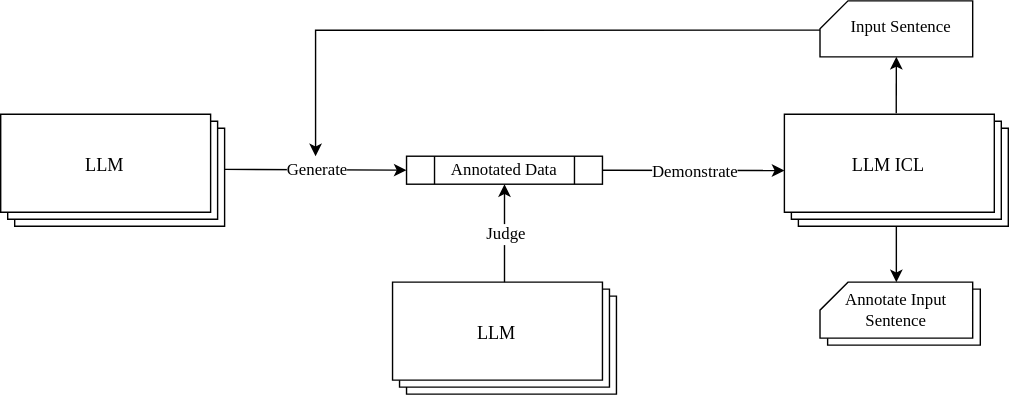
This is thesis_flow.drawio.svg from sara-kaczmarek/LLMB4ABSC, a draw.io export, as it was before one commit. Source tidied: cells renumbered, new cells last; positions are measured from the earlier drawing's top-left corner, leaving out a move shared by most shapes.
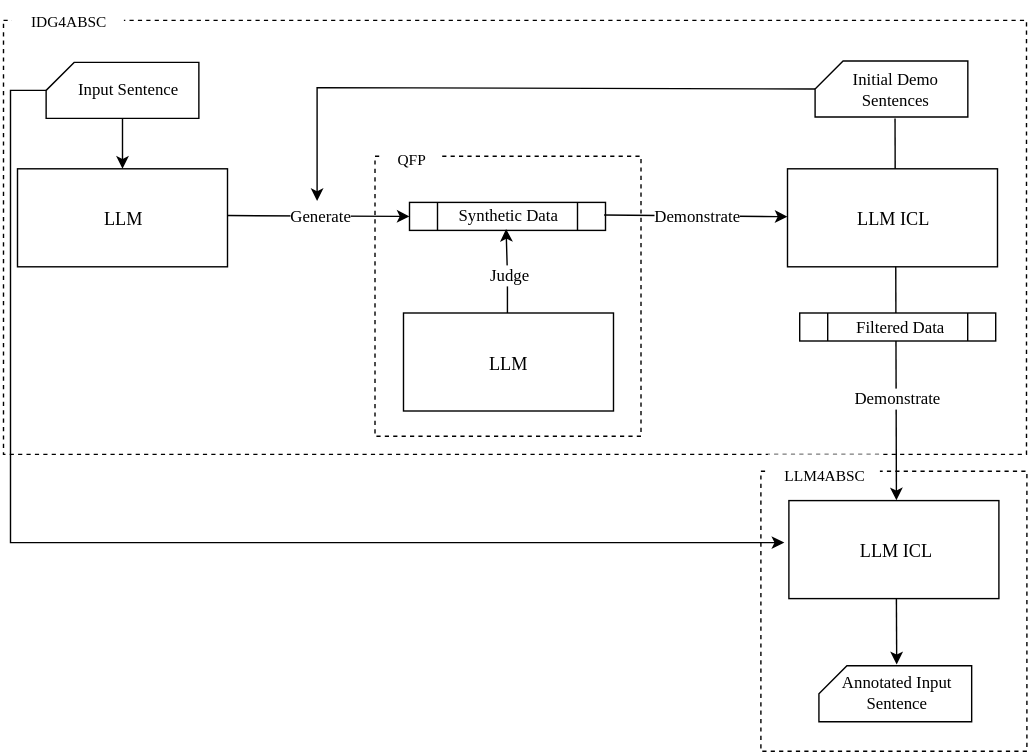
The same diagram one commit later.

What changed in the source:
```diff
@@ -2,46 +2,22 @@
   <root>
     <mxCell id="0" />
     <mxCell id="1" parent="0" />
+    <mxCell id="30" style="verticalLabelPosition=bottom;verticalAlign=top;html=1;shape=mxgraph.basic.rect;fillColor2=none;strokeWidth=1;size=20;indent=5;fillColor=none;dashed=1;" parent="1" vertex="1">
+      <mxGeometry y="-19" width="730.7" height="310" as="geometry" />
+    </mxCell>
-    <mxCell id="2" style="endArrow=classic;html=1;rounded=0;exitX=0.005;exitY=0.564;exitDx=0;exitDy=0;exitPerimeter=0;" parent="1" edge="1" source="28">
+    <mxCell id="2" style="endArrow=classic;html=1;rounded=0;exitX=0;exitY=0;exitDx=0;exitDy=20;exitPerimeter=0;" parent="1" edge="1" source="27">
       <mxGeometry relative="1" as="geometry">
-        <mxPoint x="225" y="111" as="targetPoint" />
+        <mxPoint x="224" y="110" as="targetPoint" />
         <Array as="points">
-          <mxPoint x="225" y="21" />
+          <mxPoint x="224" y="29" />
         </Array>
       </mxGeometry>
     </mxCell>
-    <mxCell id="3" style="group;" parent="1" vertex="1">
-      <mxGeometry y="81" width="160" height="80" as="geometry" />
-    </mxCell>
-    <mxCell id="4" style="verticalLabelPosition=bottom;verticalAlign=top;html=1;shape=mxgraph.basic.layered_rect;dx=10;whiteSpace=wrap;" parent="3" vertex="1">
-      <mxGeometry width="160" height="80" as="geometry" />
-    </mxCell>
-    <mxCell id="5" value="&lt;font style=&quot;font-size: 13px;&quot; face=&quot;Times New Roman&quot;&gt;LLM&lt;/font&gt;" style="text;strokeColor=none;align=center;fillColor=none;html=1;verticalAlign=middle;whiteSpace=wrap;rounded=0;" parent="3" vertex="1">
-      <mxGeometry width="148.6" height="71.1" as="geometry" />
-    </mxCell>
-    <mxCell id="6" style="group;" parent="1" vertex="1">
-      <mxGeometry x="280" y="201" width="160" height="80" as="geometry" />
-    </mxCell>
-    <mxCell id="7" style="verticalLabelPosition=bottom;verticalAlign=top;html=1;shape=mxgraph.basic.layered_rect;dx=10;whiteSpace=wrap;" parent="6" vertex="1">
-      <mxGeometry width="160" height="80" as="geometry" />
-    </mxCell>
-    <mxCell id="8" value="&lt;font style=&quot;font-size: 13px;&quot; face=&quot;Times New Roman&quot;&gt;LLM&lt;/font&gt;" style="text;strokeColor=none;align=center;fillColor=none;html=1;verticalAlign=middle;whiteSpace=wrap;rounded=0;" parent="6" vertex="1">
-      <mxGeometry width="148.6" height="71.1" as="geometry" />
-    </mxCell>
-    <mxCell id="9" style="group;rounded=1;arcSize=0;" parent="1" vertex="1">
-      <mxGeometry x="560" y="81" width="160" height="80" as="geometry" />
-    </mxCell>
-    <mxCell id="10" style="verticalLabelPosition=bottom;verticalAlign=top;html=1;shape=mxgraph.basic.layered_rect;dx=10;whiteSpace=wrap;" parent="9" vertex="1">
-      <mxGeometry width="160" height="80" as="geometry" />
-    </mxCell>
-    <mxCell id="11" value="&lt;font style=&quot;font-size: 13px;&quot; face=&quot;Times New Roman&quot;&gt;LLM ICL&lt;/font&gt;" style="text;strokeColor=none;align=center;fillColor=none;html=1;verticalAlign=middle;whiteSpace=wrap;rounded=0;" parent="9" vertex="1">
-      <mxGeometry width="148.6" height="71.1" as="geometry" />
-    </mxCell>
     <mxCell id="12" style="verticalLabelPosition=bottom;verticalAlign=top;html=1;shape=process;whiteSpace=wrap;rounded=1;size=0.14285714285714285;arcSize=0;" parent="1" vertex="1">
       <mxGeometry x="290" y="111" width="140" height="20" as="geometry" />
     </mxCell>
-    <mxCell id="13" value="&lt;font face=&quot;Times New Roman&quot;&gt;Annotated Data&lt;/font&gt;" style="text;strokeColor=none;align=center;fillColor=none;html=1;verticalAlign=middle;whiteSpace=wrap;rounded=1;arcSize=50;" parent="1" vertex="1">
-      <mxGeometry x="290" y="111" width="140" height="20" as="geometry" />
+    <mxCell id="13" value="&lt;font face=&quot;Times New Roman&quot;&gt;&amp;nbsp;Synthetic Data&lt;/font&gt;" style="text;strokeColor=none;align=center;fillColor=none;html=1;verticalAlign=middle;whiteSpace=wrap;rounded=1;arcSize=50;" parent="1" vertex="1">
+      <mxGeometry x="289" y="110" width="140" height="20" as="geometry" />
     </mxCell>
     <mxCell id="14" style="endArrow=classic;html=1;rounded=0;entryX=0;entryY=0.5;entryDx=0;entryDy=0;" parent="1" edge="1" target="12">
       <mxGeometry relative="1" as="geometry">
@@ -59,48 +35,125 @@
     <mxCell id="17" value="&lt;font style=&quot;font-size: 12px;&quot; face=&quot;Times New Roman&quot;&gt;Demonstrate&lt;/font&gt;" style="edgeLabel;html=1;align=center;verticalAlign=middle;" parent="16" vertex="1">
       <mxGeometry relative="1" as="geometry" />
     </mxCell>
-    <mxCell id="18" style="endArrow=classic;html=1;rounded=0;entryX=0.5;entryY=1;entryDx=0;entryDy=0;" parent="1" edge="1" target="13">
-      <mxGeometry relative="1" as="geometry">
-        <mxPoint x="360" y="201" as="sourcePoint" />
-      </mxGeometry>
-    </mxCell>
-    <mxCell id="19" value="&lt;font style=&quot;font-size: 12px;&quot; face=&quot;Times New Roman&quot;&gt;Judge&lt;/font&gt;" style="edgeLabel;html=1;align=center;verticalAlign=middle;" parent="18" vertex="1">
-      <mxGeometry relative="1" as="geometry" />
-    </mxCell>
-    <mxCell id="20" style="group;" parent="1" vertex="1">
-      <mxGeometry x="580" y="201" width="125.5" height="45" as="geometry" />
-    </mxCell>
-    <mxCell id="21" style="group;" parent="20" vertex="1">
-      <mxGeometry x="5.5" y="5" width="120" height="40" as="geometry" />
-    </mxCell>
-    <mxCell id="22" style="verticalLabelPosition=bottom;verticalAlign=top;html=1;shape=card;whiteSpace=wrap;size=20;arcSize=12;" parent="21" vertex="1">
-      <mxGeometry x="5.5" width="109.1" height="40" as="geometry" />
-    </mxCell>
-    <mxCell id="23" style="verticalLabelPosition=bottom;verticalAlign=top;html=1;shape=card;whiteSpace=wrap;size=20;arcSize=12;" parent="20" vertex="1">
-      <mxGeometry x="5.5" width="109.1" height="40" as="geometry" />
-    </mxCell>
-    <mxCell id="24" value="&lt;font face=&quot;Times New Roman&quot;&gt;Annotate Input Sentence&lt;/font&gt;" style="text;strokeColor=none;align=center;fillColor=none;html=1;verticalAlign=middle;whiteSpace=wrap;rounded=0;" parent="20" vertex="1">
-      <mxGeometry x="10" y="5" width="100" height="30" as="geometry" />
-    </mxCell>
-    <mxCell id="25" style="endArrow=classic;html=1;rounded=0;" parent="1" edge="1">
-      <mxGeometry relative="1" as="geometry">
-        <mxPoint x="640" y="161" as="sourcePoint" />
-        <mxPoint x="640" y="201" as="targetPoint" />
-      </mxGeometry>
-    </mxCell>
     <mxCell id="26" style="group;" parent="1" vertex="1">
-      <mxGeometry x="580" width="125.5" height="45" as="geometry" />
+      <mxGeometry x="574.8" y="2" width="125.5" height="48" as="geometry" />
     </mxCell>
     <mxCell id="27" style="verticalLabelPosition=bottom;verticalAlign=top;html=1;shape=card;whiteSpace=wrap;size=20;arcSize=12;" parent="26" vertex="1">
-      <mxGeometry x="5.5" width="109.1" height="40" as="geometry" />
+      <mxGeometry x="4.9" y="8" width="109.1" height="40" as="geometry" />
     </mxCell>
-    <mxCell id="28" value="&lt;font face=&quot;Times New Roman&quot;&gt;&amp;nbsp;Input Sentence&lt;/font&gt;" style="text;strokeColor=none;align=center;fillColor=none;html=1;verticalAlign=middle;whiteSpace=wrap;rounded=0;" parent="26" vertex="1">
-      <mxGeometry x="10" y="4" width="104" height="30" as="geometry" />
+    <mxCell id="28" value="&lt;font face=&quot;Times New Roman&quot;&gt;Initial&amp;nbsp;&lt;/font&gt;&lt;span style=&quot;font-family: &amp;quot;Times New Roman&amp;quot;; background-color: transparent; color: light-dark(rgb(0, 0, 0), rgb(255, 255, 255));&quot;&gt;Demo Sentences&lt;/span&gt;" style="text;strokeColor=none;align=center;fillColor=none;html=1;verticalAlign=middle;whiteSpace=wrap;rounded=0;" parent="26" vertex="1">
+      <mxGeometry x="10" y="13" width="104" height="30" as="geometry" />
     </mxCell>
-    <mxCell id="29" style="endArrow=classic;html=1;rounded=0;exitX=0.538;exitY=-0.009;exitDx=0;exitDy=0;exitPerimeter=0;" parent="26" edge="1" source="11">
+    <mxCell id="29" style="endArrow=none;html=1;rounded=0;exitX=0.514;exitY=0.996;exitDx=0;exitDy=0;exitPerimeter=0;endFill=0;" parent="26" edge="1" source="34">
       <mxGeometry relative="1" as="geometry">
-        <mxPoint x="60" y="40" as="targetPoint" />
+        <mxPoint x="62" y="49" as="targetPoint" />
       </mxGeometry>
     </mxCell>
+    <mxCell id="31" style="group;" parent="1" vertex="1">
+      <mxGeometry x="10" y="87" width="150" height="70" as="geometry" />
+    </mxCell>
+    <mxCell id="32" style="rounded=0;whiteSpace=wrap;html=1;" parent="31" vertex="1">
+      <mxGeometry width="150" height="70" as="geometry" />
+    </mxCell>
+    <mxCell id="8" value="&lt;font style=&quot;font-size: 13px;&quot; face=&quot;Times New Roman&quot;&gt;LLM&lt;/font&gt;" style="text;strokeColor=none;align=center;fillColor=none;html=1;verticalAlign=middle;whiteSpace=wrap;rounded=0;" parent="31" vertex="1">
+      <mxGeometry x="0.7" y="5" width="148.6" height="60" as="geometry" />
+    </mxCell>
+    <mxCell id="33" style="group;" parent="1" vertex="1">
+      <mxGeometry x="560" y="87" width="150" height="70" as="geometry" />
+    </mxCell>
+    <mxCell id="34" style="rounded=0;whiteSpace=wrap;html=1;" parent="33" vertex="1">
+      <mxGeometry width="150" height="70" as="geometry" />
+    </mxCell>
+    <mxCell id="35" value="&lt;font style=&quot;font-size: 13px;&quot; face=&quot;Times New Roman&quot;&gt;LLM ICL&lt;/font&gt;" style="text;strokeColor=none;align=center;fillColor=none;html=1;verticalAlign=middle;whiteSpace=wrap;rounded=0;" parent="33" vertex="1">
+      <mxGeometry x="0.7" y="5" width="148.6" height="60" as="geometry" />
+    </mxCell>
+    <mxCell id="36" style="group;" parent="1" vertex="1">
+      <mxGeometry x="30" y="1" width="125.5" height="45" as="geometry" />
+    </mxCell>
+    <mxCell id="37" style="verticalLabelPosition=bottom;verticalAlign=top;html=1;shape=card;whiteSpace=wrap;size=20;arcSize=12;" parent="36" vertex="1">
+      <mxGeometry x="0.5" y="10" width="109.1" height="40" as="geometry" />
+    </mxCell>
+    <mxCell id="38" value="&lt;font face=&quot;Times New Roman&quot;&gt;Input Sentence&lt;/font&gt;" style="text;strokeColor=none;align=center;fillColor=none;html=1;verticalAlign=middle;whiteSpace=wrap;rounded=0;" parent="36" vertex="1">
+      <mxGeometry x="7" y="14" width="104" height="30" as="geometry" />
+    </mxCell>
+    <mxCell id="39" style="endArrow=classic;html=1;rounded=0;exitX=0.5;exitY=1;exitDx=0;exitDy=0;exitPerimeter=0;entryX=0.5;entryY=0;entryDx=0;entryDy=0;" parent="1" edge="1" source="37" target="32">
+      <mxGeometry relative="1" as="geometry" />
+    </mxCell>
+    <mxCell id="40" style="edgeStyle=orthogonalEdgeStyle;rounded=0;jettySize=auto;html=1;" parent="1" edge="1" source="5" target="13">
+      <mxGeometry relative="1" as="geometry" />
+    </mxCell>
+    <mxCell id="19" value="&lt;span style=&quot;font-family: &amp;quot;Times New Roman&amp;quot;; font-size: 12px;&quot;&gt;Judge&lt;/span&gt;" style="edgeLabel;html=1;align=center;verticalAlign=middle;" parent="40" vertex="1">
+      <mxGeometry x="0.04" y="-1" relative="1" as="geometry" />
+    </mxCell>
+    <mxCell id="41" style="rounded=0;whiteSpace=wrap;html=1;" parent="1" vertex="1">
+      <mxGeometry x="285.7" y="190" width="150" height="70" as="geometry" />
+    </mxCell>
+    <mxCell id="5" value="&lt;font style=&quot;font-size: 13px;&quot; face=&quot;Times New Roman&quot;&gt;LLM&lt;/font&gt;" style="text;strokeColor=none;align=center;fillColor=none;html=1;verticalAlign=middle;whiteSpace=wrap;rounded=0;" parent="1" vertex="1">
+      <mxGeometry x="285.7" y="196" width="148.6" height="60" as="geometry" />
+    </mxCell>
+    <mxCell id="42" style="group;" parent="1" vertex="1">
+      <mxGeometry x="563" y="313" width="169" height="188" as="geometry" />
+    </mxCell>
+    <mxCell id="43" style="verticalLabelPosition=bottom;verticalAlign=top;html=1;shape=mxgraph.basic.rect;fillColor2=none;strokeWidth=1;size=20;indent=5;fillColor=none;dashed=1;" parent="42" vertex="1">
+      <mxGeometry x="-22" y="-10" width="190" height="200" as="geometry" />
+    </mxCell>
+    <mxCell id="44" style="rounded=0;whiteSpace=wrap;html=1;" parent="42" vertex="1">
+      <mxGeometry x="-2" y="11" width="150" height="70" as="geometry" />
+    </mxCell>
+    <mxCell id="45" value="&lt;font style=&quot;font-size: 13px;&quot; face=&quot;Times New Roman&quot;&gt;LLM ICL&lt;/font&gt;" style="text;strokeColor=none;align=center;fillColor=none;html=1;verticalAlign=middle;whiteSpace=wrap;rounded=0;" parent="42" vertex="1">
+      <mxGeometry x="-0.3" y="16" width="148.6" height="60" as="geometry" />
+    </mxCell>
+    <mxCell id="46" value="&lt;font style=&quot;background-color: light-dark(#ffffff, var(--ge-dark-color, #121212)); font-size: 11px;&quot; face=&quot;Times New Roman&quot;&gt;LLM4ABSC&lt;/font&gt;" style="text;html=1;align=center;verticalAlign=middle;strokeColor=none;fillColor=default;" parent="42" vertex="1">
+      <mxGeometry x="-17" y="-22" width="80" height="30" as="geometry" />
+    </mxCell>
+    <mxCell id="47" style="endArrow=classic;html=1;rounded=0;" parent="42" edge="1">
+      <mxGeometry relative="1" as="geometry">
+        <mxPoint x="74.8" y="81" as="sourcePoint" />
+        <mxPoint x="75" y="128" as="targetPoint" />
+      </mxGeometry>
+    </mxCell>
+    <mxCell id="48" style="endArrow=classic;html=1;rounded=0;entryX=0.512;entryY=-0.003;entryDx=0;entryDy=0;entryPerimeter=0;" parent="1" edge="1" target="44">
+      <mxGeometry relative="1" as="geometry">
+        <mxPoint x="637.3" y="157" as="sourcePoint" />
+      </mxGeometry>
+    </mxCell>
+    <mxCell id="49" value="&lt;font style=&quot;font-size: 12px;&quot; face=&quot;Times New Roman&quot;&gt;Demonstrate&lt;/font&gt;" style="edgeLabel;html=1;align=center;verticalAlign=middle;" parent="48" vertex="1">
+      <mxGeometry x="0.22" relative="1" as="geometry">
+        <mxPoint y="-9" as="offset" />
+      </mxGeometry>
+    </mxCell>
+    <mxCell id="50" style="group;" parent="1" vertex="1">
+      <mxGeometry x="576" y="431" width="125.5" height="45" as="geometry" />
+    </mxCell>
+    <mxCell id="51" style="verticalLabelPosition=bottom;verticalAlign=top;html=1;shape=card;whiteSpace=wrap;size=20;arcSize=12;" parent="50" vertex="1">
+      <mxGeometry x="6.5" y="11" width="109.1" height="40" as="geometry" />
+    </mxCell>
+    <mxCell id="52" value="&lt;font face=&quot;Times New Roman&quot;&gt;Annotated Input Sentence&lt;/font&gt;" style="text;strokeColor=none;align=center;fillColor=none;html=1;verticalAlign=middle;whiteSpace=wrap;rounded=0;" parent="50" vertex="1">
+      <mxGeometry x="10" y="15" width="104" height="30" as="geometry" />
+    </mxCell>
+    <mxCell id="53" style="endArrow=classic;html=1;rounded=0;entryX=0;entryY=0.5;entryDx=0;entryDy=0;exitX=0;exitY=0;exitDx=0;exitDy=20;exitPerimeter=0;" parent="1" edge="1" source="37">
+      <mxGeometry relative="1" as="geometry">
+        <mxPoint x="557.7" y="354" as="targetPoint" />
+        <Array as="points">
+          <mxPoint x="5" y="31" />
+          <mxPoint x="5" y="354" />
+        </Array>
+      </mxGeometry>
+    </mxCell>
+    <mxCell id="54" value="&lt;font style=&quot;background-color: light-dark(#ffffff, var(--ge-dark-color, #121212)); font-size: 11px;&quot; face=&quot;Times New Roman&quot;&gt;IDG4ABSC&lt;/font&gt;" style="text;html=1;align=center;verticalAlign=middle;strokeColor=none;fillColor=default;" parent="1" vertex="1">
+      <mxGeometry x="6" y="-33" width="80" height="30" as="geometry" />
+    </mxCell>
+    <mxCell id="55" style="verticalLabelPosition=bottom;verticalAlign=top;html=1;shape=mxgraph.basic.rect;fillColor2=none;strokeWidth=1;size=20;indent=5;fillColor=none;dashed=1;" parent="1" vertex="1">
+      <mxGeometry x="265.4" y="78" width="190" height="200" as="geometry" />
+    </mxCell>
+    <mxCell id="56" value="&lt;font style=&quot;background-color: light-dark(#ffffff, var(--ge-dark-color, #121212)); font-size: 11px;&quot; face=&quot;Times New Roman&quot;&gt;QFP&lt;/font&gt;" style="text;html=1;align=center;verticalAlign=middle;strokeColor=none;fillColor=default;" parent="1" vertex="1">
+      <mxGeometry x="271" y="65" width="40" height="30" as="geometry" />
+    </mxCell>
+    <mxCell id="57" style="verticalLabelPosition=bottom;verticalAlign=top;html=1;shape=process;whiteSpace=wrap;rounded=1;size=0.14285714285714285;arcSize=0;" parent="1" vertex="1">
+      <mxGeometry x="568.7" y="190" width="140" height="20" as="geometry" />
+    </mxCell>
+    <mxCell id="58" value="&lt;font face=&quot;Times New Roman&quot;&gt;&amp;nbsp;Filtered Data&lt;/font&gt;" style="text;strokeColor=none;align=center;fillColor=none;html=1;verticalAlign=middle;whiteSpace=wrap;rounded=1;arcSize=50;" parent="1" vertex="1">
+      <mxGeometry x="569" y="190" width="140" height="20" as="geometry" />
+    </mxCell>
   </root>
 </mxGraphModel>
```
